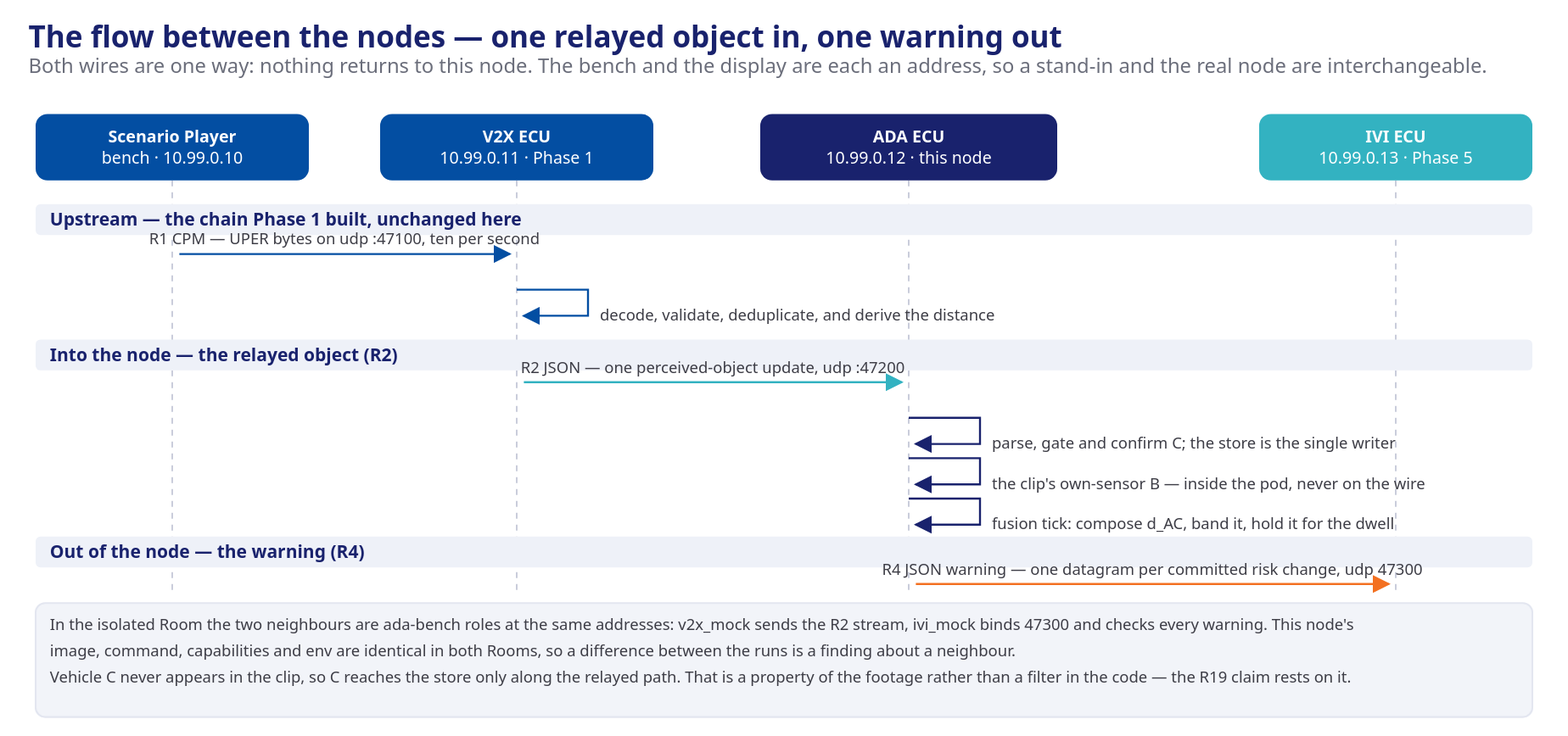
This is presentation/assets/phase2-4-ada-callflow-nodes.svg from mnpham2101/FPT-Hackathon2026, a draw.io export, as it was before one commit. Source tidied: cells renumbered, new cells last; positions are measured from the earlier drawing's top-left corner, leaving out a move shared by most shapes.
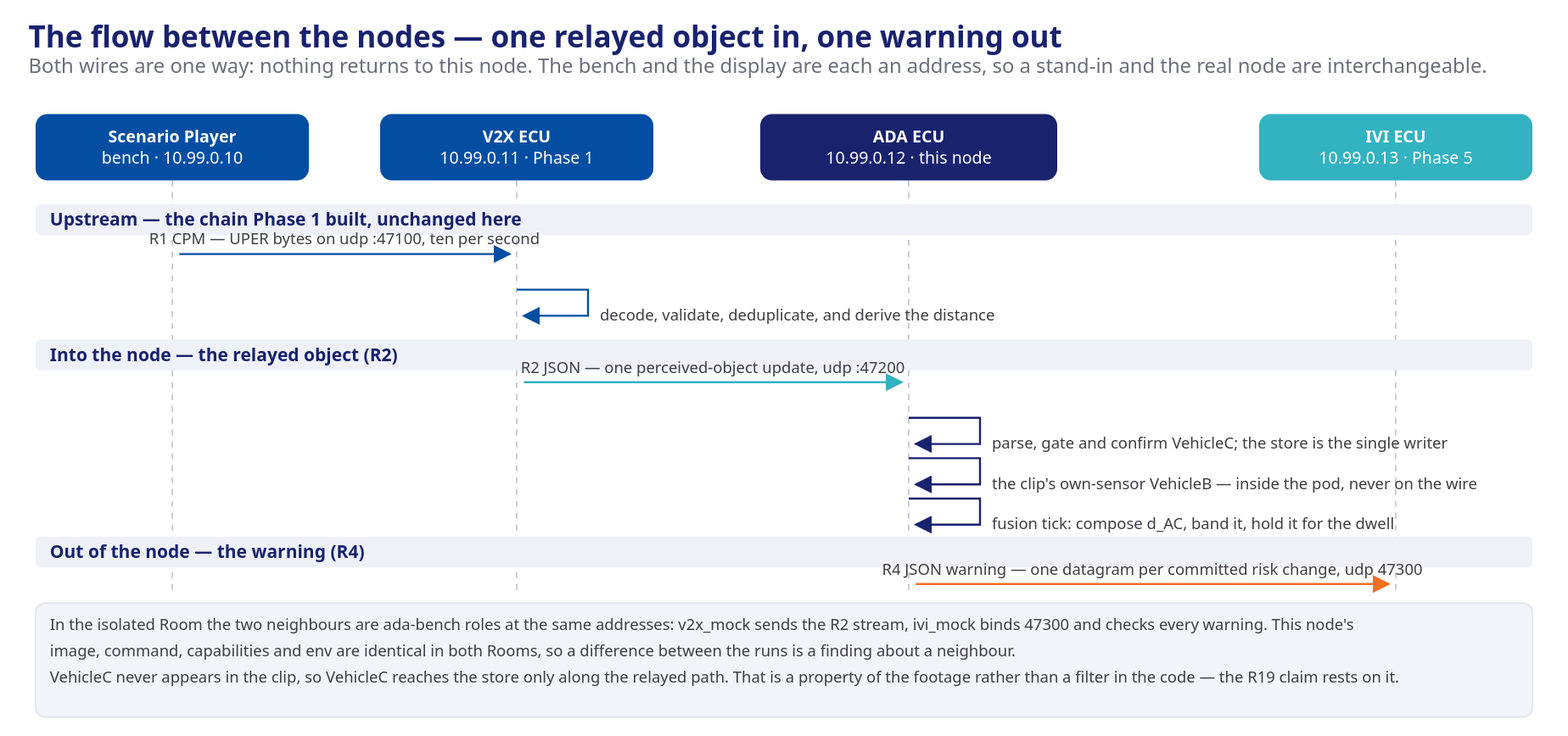
After the commit.

The edit, as a diff of the source:
```diff
@@ -76,7 +76,7 @@
         </Array>
       </mxGeometry>
     </mxCell>
-    <mxCell id="20" value="parse, gate and confirm C; the store is the single writer" style="text;html=1;align=left;verticalAlign=middle;fontSize=13.2;fontColor=#3d3d46;" parent="1" vertex="1">
+    <mxCell id="20" value="parse, gate and confirm VehicleC; the store is the single writer" style="text;html=1;align=left;verticalAlign=middle;fontSize=13.2;fontColor=#3d3d46;" parent="1" vertex="1">
       <mxGeometry x="811" y="336" width="460" height="16" as="geometry" />
     </mxCell>
     <mxCell id="21" style="edgeStyle=orthogonalEdgeStyle;rounded=0;html=1;endArrow=block;endFill=1;strokeColor=#19226D;strokeWidth=1.7;" parent="1" edge="1">
@@ -89,7 +89,7 @@
         </Array>
       </mxGeometry>
     </mxCell>
-    <mxCell id="22" value="the clip's own-sensor B — inside the pod, never on the wire" style="text;html=1;align=left;verticalAlign=middle;fontSize=13.2;fontColor=#3d3d46;" parent="1" vertex="1">
+    <mxCell id="22" value="the clip's own-sensor VehicleB — inside the pod, never on the wire" style="text;html=1;align=left;verticalAlign=middle;fontSize=13.2;fontColor=#3d3d46;" parent="1" vertex="1">
       <mxGeometry x="811" y="370" width="460" height="16" as="geometry" />
     </mxCell>
     <mxCell id="23" style="edgeStyle=orthogonalEdgeStyle;rounded=0;html=1;endArrow=block;endFill=1;strokeColor=#19226D;strokeWidth=1.7;" parent="1" edge="1">
@@ -120,7 +120,7 @@
     <mxCell id="28" value="image, command, capabilities and env are identical in both Rooms, so a difference between the runs is a finding about a neighbour." style="text;html=1;align=left;verticalAlign=middle;fontSize=13.2;fontColor=#3d3d46;" parent="1" vertex="1">
       <mxGeometry x="18" y="515" width="1230" height="16" as="geometry" />
     </mxCell>
-    <mxCell id="29" value="Vehicle C never appears in the clip, so C reaches the store only along the relayed path. That is a property of the footage rather than a filter in the code — the R19 claim rests on it." style="text;html=1;align=left;verticalAlign=middle;fontSize=13.2;fontColor=#3d3d46;" parent="1" vertex="1">
+    <mxCell id="29" value="VehicleC never appears in the clip, so VehicleC reaches the store only along the relayed path. That is a property of the footage rather than a filter in the code — the R19 claim rests on it." style="text;html=1;align=left;verticalAlign=middle;fontSize=13.2;fontColor=#3d3d46;" parent="1" vertex="1">
       <mxGeometry x="18" y="537" width="1230" height="16" as="geometry" />
     </mxCell>
   </root>
```
